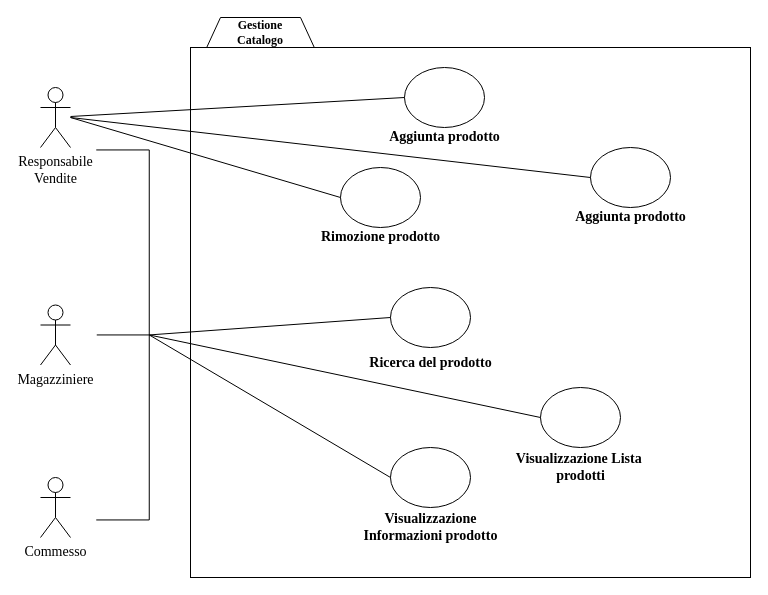
Earlier version of the draw.io diagram bozze/GestioneCatalogoALPHA.drawio (Carmineh/IT-Manager). Source tidied: cells renumbered, new cells numbered last; positions are measured from the earlier drawing's top-left corner, leaving out a move shared by most shapes. Both pictures are drawn from the tidied source at 100%, with x=0, y=0 at pixel (-62, 17).
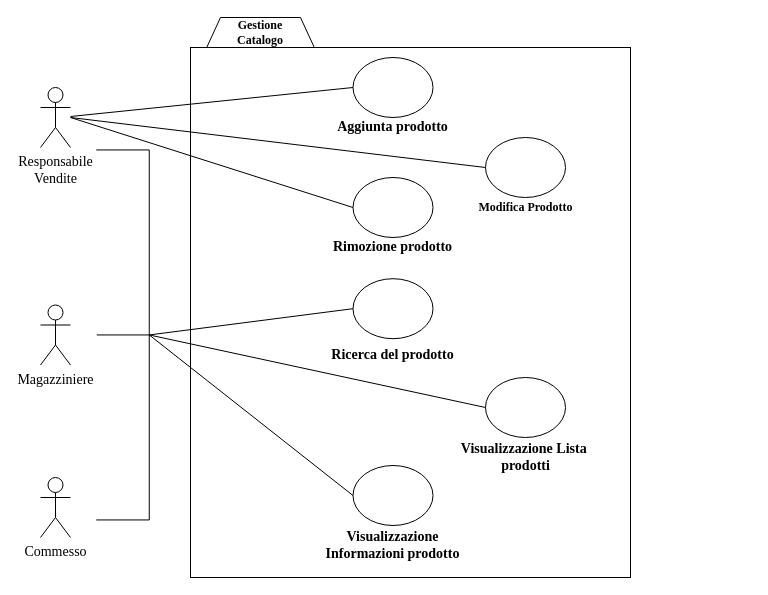
Above is the later version.

What changed in the source:
```diff
@@
     <mxCell id="6" style="rounded=0;whiteSpace=wrap;html=1;" parent="1" vertex="1">
-      <mxGeometry x="252" y="30" width="560" height="530" as="geometry" />
+      <mxGeometry x="252" y="30" width="440" height="530" as="geometry" />
     </mxCell>
     <mxCell id="7" value="&lt;div&gt;&lt;br&gt;&lt;/div&gt;&lt;div&gt;&lt;br&gt;&lt;/div&gt;&lt;div&gt;&lt;br&gt;&lt;/div&gt;&lt;div&gt;&lt;br&gt;&lt;/div&gt;&lt;div&gt;&lt;br&gt;&lt;/div&gt;&lt;div&gt;&lt;br&gt;&lt;/div&gt;" style="ellipse;whiteSpace=wrap;html=1;" parent="1" vertex="1">
-      <mxGeometry x="466" y="50" width="80" height="60" as="geometry" />
+      <mxGeometry x="414.5" y="40" width="80" height="60" as="geometry" />
     </mxCell>
     <mxCell id="8" value="&lt;div&gt;&lt;br&gt;&lt;/div&gt;&lt;div&gt;&lt;br&gt;&lt;/div&gt;&lt;div&gt;&lt;br&gt;&lt;/div&gt;&lt;div&gt;&lt;br&gt;&lt;/div&gt;&lt;div&gt;&lt;br&gt;&lt;/div&gt;&lt;div&gt;&lt;br&gt;&lt;/div&gt;" style="ellipse;whiteSpace=wrap;html=1;" parent="1" vertex="1">
-      <mxGeometry x="452" y="430" width="80" height="60" as="geometry" />
+      <mxGeometry x="414.5" y="448" width="80" height="60" as="geometry" />
     </mxCell>
     <mxCell id="9" value="&lt;div&gt;&lt;font face=&quot;Times New Roman&quot;&gt;&lt;span style=&quot;font-size: 14px&quot;&gt;&lt;b&gt;Ricerca del prodotto&lt;/b&gt;&lt;/span&gt;&lt;/font&gt;&lt;/div&gt;" style="text;html=1;strokeColor=none;fillColor=none;align=center;verticalAlign=middle;whiteSpace=wrap;rounded=0;" parent="1" vertex="1">
-      <mxGeometry x="419.5" y="336.2" width="145" height="20" as="geometry" />
+      <mxGeometry x="382" y="327.5" width="145" height="20" as="geometry" />
     </mxCell>
@@
     <mxCell id="11" value="&lt;div&gt;&lt;br&gt;&lt;/div&gt;&lt;div&gt;&lt;br&gt;&lt;/div&gt;&lt;div&gt;&lt;br&gt;&lt;/div&gt;&lt;div&gt;&lt;br&gt;&lt;/div&gt;&lt;div&gt;&lt;br&gt;&lt;/div&gt;&lt;div&gt;&lt;br&gt;&lt;/div&gt;" style="ellipse;whiteSpace=wrap;html=1;" parent="1" vertex="1">
-      <mxGeometry x="652" y="130" width="80" height="60" as="geometry" />
+      <mxGeometry x="547" y="120" width="80" height="60" as="geometry" />
     </mxCell>
     <mxCell id="12" value="&lt;div&gt;&lt;br&gt;&lt;/div&gt;&lt;div&gt;&lt;br&gt;&lt;/div&gt;&lt;div&gt;&lt;br&gt;&lt;/div&gt;&lt;div&gt;&lt;br&gt;&lt;/div&gt;&lt;div&gt;&lt;br&gt;&lt;/div&gt;&lt;div&gt;&lt;br&gt;&lt;/div&gt;" style="ellipse;whiteSpace=wrap;html=1;" parent="1" vertex="1">
-      <mxGeometry x="602" y="370" width="80" height="60" as="geometry" />
+      <mxGeometry x="547" y="360" width="80" height="60" as="geometry" />
     </mxCell>
     <mxCell id="13" value="&lt;div&gt;&lt;br&gt;&lt;/div&gt;&lt;div&gt;&lt;br&gt;&lt;/div&gt;&lt;div&gt;&lt;br&gt;&lt;/div&gt;&lt;div&gt;&lt;br&gt;&lt;/div&gt;&lt;div&gt;&lt;br&gt;&lt;/div&gt;&lt;div&gt;&lt;br&gt;&lt;/div&gt;" style="ellipse;whiteSpace=wrap;html=1;" parent="1" vertex="1">
-      <mxGeometry x="452" y="270" width="80" height="60" as="geometry" />
+      <mxGeometry x="414.5" y="261.2" width="80" height="60" as="geometry" />
     </mxCell>
@@
     <mxCell id="18" value="&lt;font face=&quot;Times New Roman&quot;&gt;&lt;span style=&quot;font-size: 14px&quot;&gt;&lt;b&gt;Rimozione prodotto&lt;/b&gt;&lt;/span&gt;&lt;/font&gt;" style="text;html=1;strokeColor=none;fillColor=none;align=center;verticalAlign=middle;whiteSpace=wrap;rounded=0;" parent="1" vertex="1">
-      <mxGeometry x="369.5" y="210" width="145" height="20" as="geometry" />
+      <mxGeometry x="382" y="220" width="145" height="20" as="geometry" />
     </mxCell>
     <mxCell id="19" value="&lt;font face=&quot;Times New Roman&quot;&gt;&lt;span style=&quot;font-size: 14px&quot;&gt;&lt;b&gt;Aggiunta prodotto&lt;/b&gt;&lt;/span&gt;&lt;/font&gt;" style="text;html=1;strokeColor=none;fillColor=none;align=center;verticalAlign=middle;whiteSpace=wrap;rounded=0;" parent="1" vertex="1">
-      <mxGeometry x="433.5" y="110" width="145" height="20" as="geometry" />
+      <mxGeometry x="382" y="100" width="145" height="20" as="geometry" />
     </mxCell>
-    <mxCell id="20" value="&lt;div&gt;&lt;font face=&quot;Times New Roman&quot;&gt;&lt;span style=&quot;font-size: 14px&quot;&gt;&lt;b&gt;Aggiunta prodotto&lt;/b&gt;&lt;/span&gt;&lt;/font&gt;&lt;/div&gt;" style="text;html=1;strokeColor=none;fillColor=none;align=center;verticalAlign=middle;whiteSpace=wrap;rounded=0;" parent="1" vertex="1">
-      <mxGeometry x="619.5" y="190" width="145" height="20" as="geometry" />
+    <mxCell id="20" value="&lt;font face=&quot;Times New Roman&quot;&gt;&lt;b&gt;Modifica Prodotto&lt;/b&gt;&lt;/font&gt;" style="text;html=1;strokeColor=none;fillColor=none;align=center;verticalAlign=middle;whiteSpace=wrap;rounded=0;" parent="1" vertex="1">
+      <mxGeometry x="514.5" y="180" width="145" height="20" as="geometry" />
     </mxCell>
     <mxCell id="21" value="&lt;font face=&quot;Times New Roman&quot;&gt;&lt;span style=&quot;font-size: 14px&quot;&gt;&lt;b&gt;Visualizzazione Lista&amp;nbsp;&lt;br&gt;prodotti&lt;br&gt;&lt;/b&gt;&lt;/span&gt;&lt;/font&gt;" style="text;html=1;strokeColor=none;fillColor=none;align=center;verticalAlign=middle;whiteSpace=wrap;rounded=0;" parent="1" vertex="1">
-      <mxGeometry x="569.5" y="440" width="145" height="20" as="geometry" />
+      <mxGeometry x="514.5" y="430" width="145" height="20" as="geometry" />
     </mxCell>
     <mxCell id="22" value="&lt;div&gt;&lt;br&gt;&lt;/div&gt;&lt;div&gt;&lt;br&gt;&lt;/div&gt;&lt;div&gt;&lt;br&gt;&lt;/div&gt;&lt;div&gt;&lt;br&gt;&lt;/div&gt;&lt;div&gt;&lt;br&gt;&lt;/div&gt;&lt;div&gt;&lt;br&gt;&lt;/div&gt;" style="ellipse;whiteSpace=wrap;html=1;" parent="1" vertex="1">
-      <mxGeometry x="402" y="150" width="80" height="60" as="geometry" />
+      <mxGeometry x="414.5" y="160" width="80" height="60" as="geometry" />
     </mxCell>
@@
     <mxCell id="24" value="&lt;font face=&quot;Times New Roman&quot;&gt;&lt;span style=&quot;font-size: 14px&quot;&gt;&lt;b&gt;Visualizzazione Informazioni prodotto&lt;/b&gt;&lt;/span&gt;&lt;/font&gt;" style="text;html=1;strokeColor=none;fillColor=none;align=center;verticalAlign=middle;whiteSpace=wrap;rounded=0;" parent="1" vertex="1">
-      <mxGeometry x="419.5" y="500" width="145" height="20" as="geometry" />
+      <mxGeometry x="382" y="518" width="145" height="20" as="geometry" />
     </mxCell>
```
